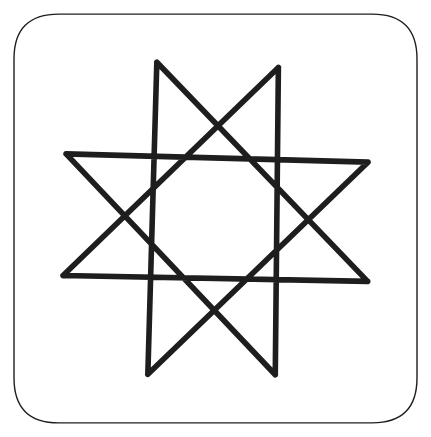
Before: ru/images/star10draw.excalidraw.svg, a diagram exported from Excalidraw (primastem/doc). Source tidied: one line per element, renumbered; positions are measured from the earlier drawing's top-left corner, leaving out a move shared by most shapes.
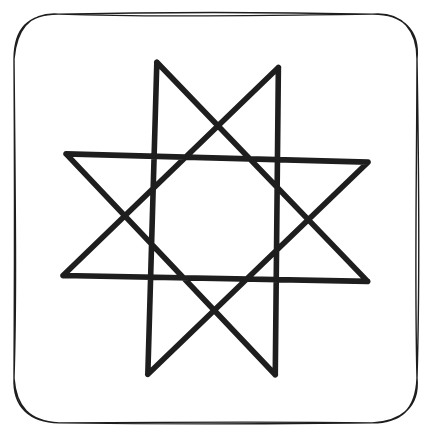
After the change.

Change to the diagram source:
```diff
@@ -1,2 +1,2 @@
-{"id": 0, "type": "rectangle", "strokeColor": "#1e1e1e", "backgroundColor": "#ffffff", "fillStyle": "solid", "strokeWidth": 1, "roughness": 0, "round": true, "x": 0, "y": 0, "width": 288, "height": 292}
+{"id": 0, "type": "rectangle", "strokeColor": "#1e1e1e", "backgroundColor": "#ffffff", "fillStyle": "solid", "strokeWidth": 1, "roughness": 1, "round": true, "x": 0, "y": 0, "width": 288, "height": 292}
 {"id": 1, "type": "line", "strokeColor": "#1e1e1e", "angle": 6.26, "strokeWidth": 4, "roughness": 0, "x": 93, "y": 256, "width": 219, "height": 225, "points": [[0, 0], [11, -223], [158, -63], [-59, -72], [98, -217], [91, 2], [-55, -158], [160, -148], [0, 0]]}
```
